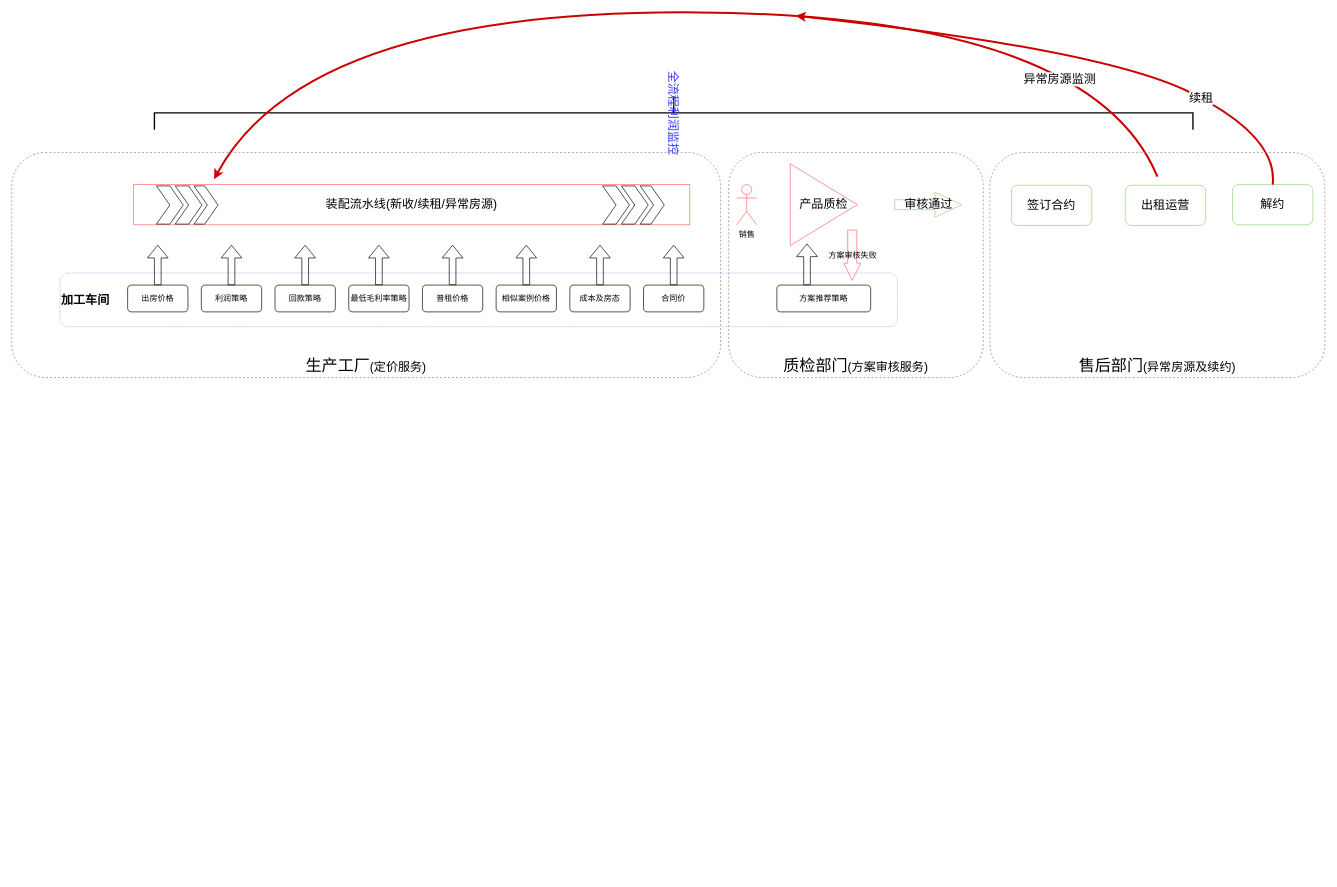
The draw.io diagram Untitled Diagram.drawio in zhuyeqing/tutorials, before the edit. Source tidied: cells renumbered, new cells numbered last; positions are measured from the earlier drawing's top-left corner, leaving out a move shared by most shapes. Both pictures are drawn from the tidied source at 67%, with x=0, y=0 at pixel (11, -407).
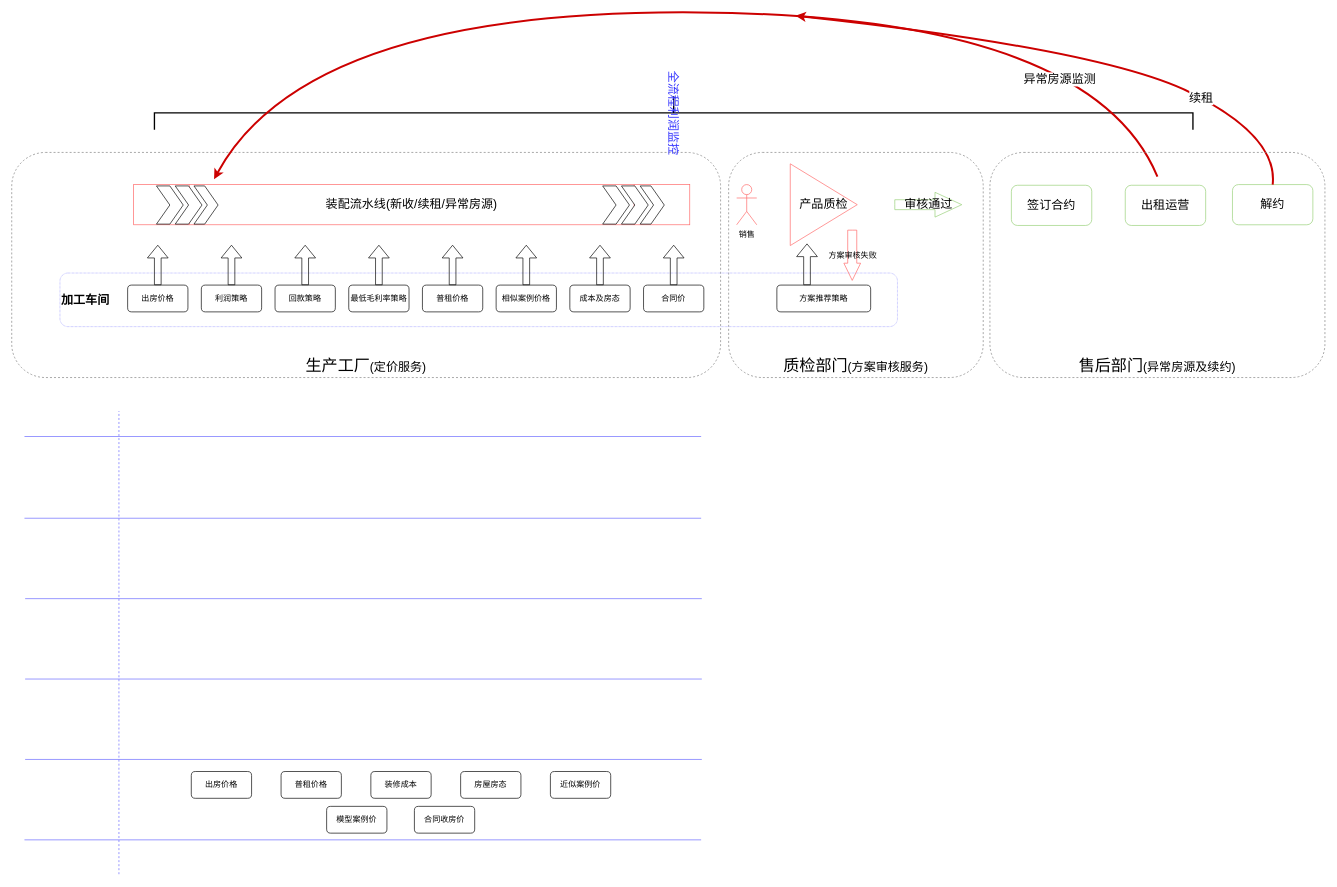
The same page after the edit.

Commit message:
添加业务架构

Diff of the diagram source:
```diff
@@
+    <mxCell id="43" value="&lt;div&gt;&lt;font style=&quot;font-size: 24px&quot;&gt;生产工厂&lt;/font&gt;&lt;span style=&quot;font-size: 18px&quot;&gt;(定价服务)&lt;/span&gt;&lt;/div&gt;" style="rounded=1;whiteSpace=wrap;html=1;strokeColor=#808080;strokeWidth=1;fillColor=none;dashed=1;align=center;verticalAlign=bottom;" parent="1" vertex="1">
+      <mxGeometry y="834" width="1058" height="336" as="geometry" />
+    </mxCell>
@@
-    <mxCell id="43" value="&lt;div&gt;&lt;font style=&quot;font-size: 24px&quot;&gt;生产工厂&lt;/font&gt;&lt;span style=&quot;font-size: 18px&quot;&gt;(定价服务)&lt;/span&gt;&lt;/div&gt;" style="rounded=1;whiteSpace=wrap;html=1;strokeColor=#808080;strokeWidth=1;fillColor=none;dashed=1;align=center;verticalAlign=bottom;" parent="1" vertex="1">
-      <mxGeometry y="834" width="1058" height="336" as="geometry" />
-    </mxCell>
@@
+    <mxCell id="45" style="endArrow=none;html=1;strokeColor=#6666FF;strokeWidth=1;fontSize=2;" parent="1" edge="1">
+      <mxGeometry relative="1" as="geometry">
+        <mxPoint x="19" y="1258" as="sourcePoint" />
+        <mxPoint x="1029" y="1258" as="targetPoint" />
+      </mxGeometry>
+    </mxCell>
+    <mxCell id="46" style="endArrow=none;html=1;strokeColor=#6666FF;strokeWidth=1;fontSize=2;" parent="1" edge="1">
+      <mxGeometry relative="1" as="geometry">
+        <mxPoint x="19" y="1380" as="sourcePoint" />
+        <mxPoint x="1029" y="1380" as="targetPoint" />
+      </mxGeometry>
+    </mxCell>
+    <mxCell id="47" style="endArrow=none;html=1;strokeColor=#6666FF;strokeWidth=1;fontSize=2;" parent="1" edge="1">
+      <mxGeometry relative="1" as="geometry">
+        <mxPoint x="20" y="1500" as="sourcePoint" />
+        <mxPoint x="1030" y="1500" as="targetPoint" />
+      </mxGeometry>
+    </mxCell>
+    <mxCell id="48" style="endArrow=none;html=1;strokeColor=#6666FF;strokeWidth=1;fontSize=2;" parent="1" edge="1">
+      <mxGeometry relative="1" as="geometry">
+        <mxPoint x="20" y="1620" as="sourcePoint" />
+        <mxPoint x="1030" y="1620" as="targetPoint" />
+      </mxGeometry>
+    </mxCell>
+    <mxCell id="49" style="endArrow=none;html=1;strokeColor=#6666FF;strokeWidth=1;fontSize=2;" parent="1" edge="1">
+      <mxGeometry relative="1" as="geometry">
+        <mxPoint x="20" y="1740" as="sourcePoint" />
+        <mxPoint x="1030" y="1740" as="targetPoint" />
+      </mxGeometry>
+    </mxCell>
+    <mxCell id="50" style="endArrow=none;html=1;strokeColor=#6666FF;strokeWidth=1;fontSize=2;" parent="1" edge="1">
+      <mxGeometry relative="1" as="geometry">
+        <mxPoint x="19" y="1860" as="sourcePoint" />
+        <mxPoint x="1029" y="1860" as="targetPoint" />
+      </mxGeometry>
+    </mxCell>
+    <mxCell id="51" style="endArrow=none;dashed=1;html=1;strokeColor=#6666FF;strokeWidth=1;fontSize=2;" parent="1" edge="1">
+      <mxGeometry relative="1" as="geometry">
+        <mxPoint x="160" y="1911.3" as="sourcePoint" />
+        <mxPoint x="160" y="1220" as="targetPoint" />
+      </mxGeometry>
+    </mxCell>
+    <mxCell id="52" value="出房价格" style="rounded=1;whiteSpace=wrap;html=1;" parent="1" vertex="1">
+      <mxGeometry x="268" y="1758" width="90" height="40" as="geometry" />
+    </mxCell>
+    <mxCell id="53" value="普租价格" style="rounded=1;whiteSpace=wrap;html=1;" parent="1" vertex="1">
+      <mxGeometry x="402" y="1758" width="90" height="40" as="geometry" />
+    </mxCell>
+    <mxCell id="54" value="装修成本" style="rounded=1;whiteSpace=wrap;html=1;" parent="1" vertex="1">
+      <mxGeometry x="536" y="1758" width="90" height="40" as="geometry" />
+    </mxCell>
+    <mxCell id="55" value="房屋房态" style="rounded=1;whiteSpace=wrap;html=1;" parent="1" vertex="1">
+      <mxGeometry x="670" y="1758" width="90" height="40" as="geometry" />
+    </mxCell>
+    <mxCell id="56" value="近似案例价" style="rounded=1;whiteSpace=wrap;html=1;" parent="1" vertex="1">
+      <mxGeometry x="804" y="1758" width="90" height="40" as="geometry" />
+    </mxCell>
+    <mxCell id="57" value="模型案例价" style="rounded=1;whiteSpace=wrap;html=1;" parent="1" vertex="1">
+      <mxGeometry x="470" y="1810" width="90" height="40" as="geometry" />
+    </mxCell>
+    <mxCell id="58" value="合同收房价" style="rounded=1;whiteSpace=wrap;html=1;" parent="1" vertex="1">
+      <mxGeometry x="601" y="1810" width="90" height="40" as="geometry" />
+    </mxCell>
```
